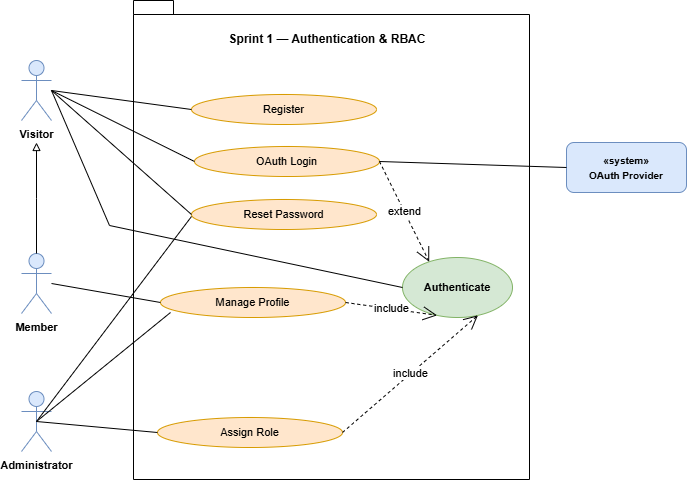
AsmaDaoussi/report keeps this draw.io diagram as images/diagrams/uc_s1.png. Above is the earlier version. Source tidied: cells renumbered, new cells last; positions are measured from the earlier drawing's top-left corner, leaving out a move shared by most shapes. Source of this version:
```xml
<mxGraphModel>
  <root>
    <mxCell id="0" />
    <mxCell id="1" parent="0" />
    <mxCell id="2" style="shape=folder;fontStyle=1;spacingTop=10;tabWidth=40;tabHeight=14;tabPosition=left;html=1;whiteSpace=wrap;" parent="1" vertex="1">
      <mxGeometry x="112" width="396" height="479" as="geometry" />
    </mxCell>
    <mxCell id="3" value="&lt;b&gt;Sprint 1 — Authentication &amp;amp; RBAC&lt;/b&gt;" style="text;html=1;whiteSpace=wrap;strokeColor=none;fillColor=none;align=center;verticalAlign=middle;rounded=0;" parent="1" vertex="1">
      <mxGeometry x="176" y="24" width="260" height="30" as="geometry" />
    </mxCell>
    <mxCell id="4" value="&lt;span style=&quot;font-size: 11px;&quot;&gt;Register&lt;/span&gt;" style="ellipse;whiteSpace=wrap;html=1;fillColor=#ffe6cc;strokeColor=#d79b00;labelPosition=center;verticalLabelPosition=middle;align=center;verticalAlign=middle;" parent="1" vertex="1">
      <mxGeometry x="170" y="94" width="185" height="30" as="geometry" />
    </mxCell>
    <mxCell id="5" value="&lt;span style=&quot;font-size: 11px;&quot;&gt;OAuth Login&lt;/span&gt;" style="ellipse;whiteSpace=wrap;html=1;fillColor=#ffe6cc;strokeColor=#d79b00;labelPosition=center;verticalLabelPosition=middle;align=center;verticalAlign=middle;" parent="1" vertex="1">
      <mxGeometry x="173" y="146" width="185" height="30" as="geometry" />
    </mxCell>
    <mxCell id="6" value="&lt;span style=&quot;font-size: 11px;&quot;&gt;Reset Password&lt;/span&gt;" style="ellipse;whiteSpace=wrap;html=1;fillColor=#ffe6cc;strokeColor=#d79b00;labelPosition=center;verticalLabelPosition=middle;align=center;verticalAlign=middle;" parent="1" vertex="1">
      <mxGeometry x="170" y="199" width="185" height="30" as="geometry" />
    </mxCell>
    <mxCell id="7" value="&lt;span style=&quot;font-size: 11px;&quot;&gt;Manage Profile&lt;/span&gt;" style="ellipse;whiteSpace=wrap;html=1;fillColor=#ffe6cc;strokeColor=#d79b00;labelPosition=center;verticalLabelPosition=middle;align=center;verticalAlign=middle;" parent="1" vertex="1">
      <mxGeometry x="139" y="287" width="185" height="30" as="geometry" />
    </mxCell>
    <mxCell id="8" value="&lt;span style=&quot;font-size: 11px;&quot;&gt;Assign Role&lt;/span&gt;" style="ellipse;whiteSpace=wrap;html=1;fillColor=#ffe6cc;strokeColor=#d79b00;labelPosition=center;verticalLabelPosition=middle;align=center;verticalAlign=middle;" parent="1" vertex="1">
      <mxGeometry x="136" y="417" width="185" height="30" as="geometry" />
    </mxCell>
    <mxCell id="9" value="&lt;span style=&quot;font-size: 11px; font-weight: 700;&quot;&gt;Authenticate&lt;/span&gt;" style="ellipse;whiteSpace=wrap;html=1;fillColor=#d5e8d4;strokeColor=#82b366;" parent="1" vertex="1">
      <mxGeometry x="381" y="257" width="110" height="60" as="geometry" />
    </mxCell>
    <mxCell id="10" value="&lt;span style=&quot;font-size: 11px; font-weight: 700;&quot;&gt;Visitor&lt;/span&gt;" style="shape=umlActor;verticalLabelPosition=bottom;verticalAlign=top;html=1;fillColor=#dae8fc;strokeColor=#6c8ebf;" parent="1" vertex="1">
      <mxGeometry y="60" width="30" height="60" as="geometry" />
    </mxCell>
    <mxCell id="11" value="&lt;span style=&quot;font-size: 11px; font-weight: 700;&quot;&gt;Member&lt;/span&gt;" style="shape=umlActor;verticalLabelPosition=bottom;verticalAlign=top;html=1;fillColor=#dae8fc;strokeColor=#6c8ebf;" parent="1" vertex="1">
      <mxGeometry y="253" width="30" height="60" as="geometry" />
    </mxCell>
    <mxCell id="12" value="&lt;span style=&quot;font-size: 11px; font-weight: 700;&quot;&gt;Administrator&lt;/span&gt;" style="shape=umlActor;verticalLabelPosition=bottom;verticalAlign=top;html=1;fillColor=#dae8fc;strokeColor=#6c8ebf;" parent="1" vertex="1">
      <mxGeometry y="391" width="30" height="60" as="geometry" />
    </mxCell>
    <mxCell id="13" value="&lt;span style=&quot;font-size: 10px; font-weight: 700;&quot;&gt;«system»&lt;br&gt;OAuth Provider&lt;/span&gt;" style="rounded=1;whiteSpace=wrap;html=1;fillColor=#dae8fc;strokeColor=#6c8ebf;" parent="1" vertex="1">
      <mxGeometry x="545" y="142" width="120" height="50" as="geometry" />
    </mxCell>
    <mxCell id="14" style="edgeStyle=orthogonalEdgeStyle;rounded=0;html=1;startArrow=none;endArrow=block;endFill=0;exitX=0.5;exitY=0;" parent="1" edge="1" source="11">
      <mxGeometry relative="1" as="geometry">
        <mxPoint x="15" y="142" as="targetPoint" />
      </mxGeometry>
    </mxCell>
    <mxCell id="15" style="endArrow=none;html=1;rounded=0;exitX=1;exitY=0.5;entryX=0;entryY=0.5;" parent="1" edge="1" source="10" target="4">
      <mxGeometry relative="1" as="geometry" />
    </mxCell>
    <mxCell id="16" style="endArrow=none;html=1;rounded=0;exitX=1;exitY=0.5;entryX=0;entryY=0.5;" parent="1" edge="1" source="10" target="5">
      <mxGeometry relative="1" as="geometry" />
    </mxCell>
    <mxCell id="17" style="endArrow=none;html=1;rounded=0;exitX=1;exitY=0.5;entryX=0;entryY=0.5;" parent="1" edge="1" source="10" target="6">
      <mxGeometry relative="1" as="geometry" />
    </mxCell>
    <mxCell id="18" style="endArrow=none;html=1;rounded=0;exitX=1;exitY=0.5;entryX=0;entryY=0.5;" parent="1" edge="1" source="10" target="9">
      <mxGeometry relative="1" as="geometry">
        <Array as="points">
          <mxPoint x="88" y="225" />
        </Array>
      </mxGeometry>
    </mxCell>
    <mxCell id="19" style="endArrow=none;html=1;rounded=0;exitX=1;exitY=0.5;entryX=0;entryY=0.5;" parent="1" edge="1" source="11" target="7">
      <mxGeometry relative="1" as="geometry" />
    </mxCell>
    <mxCell id="20" style="endArrow=none;html=1;rounded=0;entryX=0;entryY=0.5;exitX=0.5;exitY=0.5;exitDx=0;exitDy=0;exitPerimeter=0;" parent="1" edge="1" source="12" target="8">
      <mxGeometry relative="1" as="geometry" />
    </mxCell>
    <mxCell id="21" style="endArrow=none;html=1;rounded=0;exitX=1;exitY=0.5;entryX=0;entryY=0.5;" parent="1" edge="1" source="5" target="13">
      <mxGeometry relative="1" as="geometry" />
    </mxCell>
    <mxCell id="22" value="extend" style="endArrow=open;endSize=12;dashed=1;html=1;rounded=0;exitX=1;exitY=0.5;entryX=0.2;entryY=0;" parent="1" edge="1" source="5" target="9">
      <mxGeometry relative="1" as="geometry" />
    </mxCell>
    <mxCell id="23" value="include" style="endArrow=open;endSize=12;dashed=1;html=1;rounded=0;exitX=1;exitY=0.5;entryX=0.3;entryY=1;" parent="1" edge="1" source="7" target="9">
      <mxGeometry relative="1" as="geometry" />
    </mxCell>
    <mxCell id="24" value="include" style="endArrow=open;endSize=12;dashed=1;html=1;rounded=0;exitX=1;exitY=0.5;entryX=0.7;entryY=1;" parent="1" edge="1" source="8" target="9">
      <mxGeometry relative="1" as="geometry" />
    </mxCell>
    <mxCell id="25" style="endArrow=none;html=1;rounded=0;entryX=0;entryY=0.5;exitX=0.5;exitY=0.5;exitDx=0;exitDy=0;exitPerimeter=0;" parent="1" edge="1" source="12">
      <mxGeometry relative="1" as="geometry">
        <mxPoint x="149" y="312" as="targetPoint" />
      </mxGeometry>
    </mxCell>
    <mxCell id="26" style="endArrow=none;html=1;rounded=0;exitX=0.5;exitY=0.5;exitDx=0;exitDy=0;exitPerimeter=0;" parent="1" edge="1" source="12">
      <mxGeometry relative="1" as="geometry">
        <mxPoint x="170" y="216" as="targetPoint" />
      </mxGeometry>
    </mxCell>
  </root>
</mxGraphModel>
```
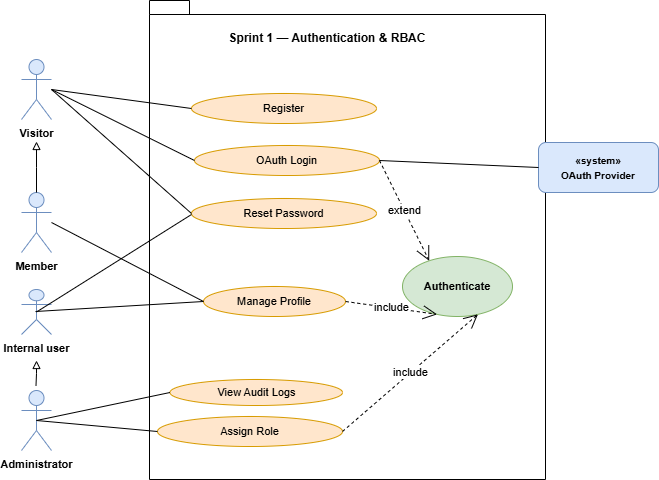
Later version of the same file.

Diff of the diagram source:
```diff
@@ -3,7 +3,7 @@
     <mxCell id="0" />
     <mxCell id="1" parent="0" />
     <mxCell id="2" style="shape=folder;fontStyle=1;spacingTop=10;tabWidth=40;tabHeight=14;tabPosition=left;html=1;whiteSpace=wrap;" parent="1" vertex="1">
-      <mxGeometry x="112" width="396" height="479" as="geometry" />
+      <mxGeometry x="128" y="1" width="396" height="479" as="geometry" />
     </mxCell>
     <mxCell id="3" value="&lt;b&gt;Sprint 1 — Authentication &amp;amp; RBAC&lt;/b&gt;" style="text;html=1;whiteSpace=wrap;strokeColor=none;fillColor=none;align=center;verticalAlign=middle;rounded=0;" parent="1" vertex="1">
       <mxGeometry x="176" y="24" width="260" height="30" as="geometry" />
@@ -18,7 +18,7 @@
       <mxGeometry x="170" y="199" width="185" height="30" as="geometry" />
     </mxCell>
     <mxCell id="7" value="&lt;span style=&quot;font-size: 11px;&quot;&gt;Manage Profile&lt;/span&gt;" style="ellipse;whiteSpace=wrap;html=1;fillColor=#ffe6cc;strokeColor=#d79b00;labelPosition=center;verticalLabelPosition=middle;align=center;verticalAlign=middle;" parent="1" vertex="1">
-      <mxGeometry x="139" y="287" width="185" height="30" as="geometry" />
+      <mxGeometry x="182" y="287" width="142" height="30" as="geometry" />
     </mxCell>
     <mxCell id="8" value="&lt;span style=&quot;font-size: 11px;&quot;&gt;Assign Role&lt;/span&gt;" style="ellipse;whiteSpace=wrap;html=1;fillColor=#ffe6cc;strokeColor=#d79b00;labelPosition=center;verticalLabelPosition=middle;align=center;verticalAlign=middle;" parent="1" vertex="1">
       <mxGeometry x="136" y="417" width="185" height="30" as="geometry" />
@@ -30,13 +30,13 @@
       <mxGeometry y="60" width="30" height="60" as="geometry" />
     </mxCell>
     <mxCell id="11" value="&lt;span style=&quot;font-size: 11px; font-weight: 700;&quot;&gt;Member&lt;/span&gt;" style="shape=umlActor;verticalLabelPosition=bottom;verticalAlign=top;html=1;fillColor=#dae8fc;strokeColor=#6c8ebf;" parent="1" vertex="1">
-      <mxGeometry y="253" width="30" height="60" as="geometry" />
+      <mxGeometry y="193" width="30" height="60" as="geometry" />
     </mxCell>
     <mxCell id="12" value="&lt;span style=&quot;font-size: 11px; font-weight: 700;&quot;&gt;Administrator&lt;/span&gt;" style="shape=umlActor;verticalLabelPosition=bottom;verticalAlign=top;html=1;fillColor=#dae8fc;strokeColor=#6c8ebf;" parent="1" vertex="1">
       <mxGeometry y="391" width="30" height="60" as="geometry" />
     </mxCell>
     <mxCell id="13" value="&lt;span style=&quot;font-size: 10px; font-weight: 700;&quot;&gt;«system»&lt;br&gt;OAuth Provider&lt;/span&gt;" style="rounded=1;whiteSpace=wrap;html=1;fillColor=#dae8fc;strokeColor=#6c8ebf;" parent="1" vertex="1">
-      <mxGeometry x="545" y="142" width="120" height="50" as="geometry" />
+      <mxGeometry x="517" y="143" width="120" height="50" as="geometry" />
     </mxCell>
     <mxCell id="14" style="edgeStyle=orthogonalEdgeStyle;rounded=0;html=1;startArrow=none;endArrow=block;endFill=0;exitX=0.5;exitY=0;" parent="1" edge="1" source="11">
       <mxGeometry relative="1" as="geometry">
@@ -52,13 +52,6 @@
     <mxCell id="17" style="endArrow=none;html=1;rounded=0;exitX=1;exitY=0.5;entryX=0;entryY=0.5;" parent="1" edge="1" source="10" target="6">
       <mxGeometry relative="1" as="geometry" />
     </mxCell>
-    <mxCell id="18" style="endArrow=none;html=1;rounded=0;exitX=1;exitY=0.5;entryX=0;entryY=0.5;" parent="1" edge="1" source="10" target="9">
-      <mxGeometry relative="1" as="geometry">
-        <Array as="points">
-          <mxPoint x="88" y="225" />
-        </Array>
-      </mxGeometry>
-    </mxCell>
     <mxCell id="19" style="endArrow=none;html=1;rounded=0;exitX=1;exitY=0.5;entryX=0;entryY=0.5;" parent="1" edge="1" source="11" target="7">
       <mxGeometry relative="1" as="geometry" />
     </mxCell>
@@ -77,15 +70,32 @@
     <mxCell id="24" value="include" style="endArrow=open;endSize=12;dashed=1;html=1;rounded=0;exitX=1;exitY=0.5;entryX=0.7;entryY=1;" parent="1" edge="1" source="8" target="9">
       <mxGeometry relative="1" as="geometry" />
     </mxCell>
-    <mxCell id="25" style="endArrow=none;html=1;rounded=0;entryX=0;entryY=0.5;exitX=0.5;exitY=0.5;exitDx=0;exitDy=0;exitPerimeter=0;" parent="1" edge="1" source="12">
-      <mxGeometry relative="1" as="geometry">
-        <mxPoint x="149" y="312" as="targetPoint" />
-      </mxGeometry>
-    </mxCell>
-    <mxCell id="26" style="endArrow=none;html=1;rounded=0;exitX=0.5;exitY=0.5;exitDx=0;exitDy=0;exitPerimeter=0;" parent="1" edge="1" source="12">
-      <mxGeometry relative="1" as="geometry">
-        <mxPoint x="170" y="216" as="targetPoint" />
-      </mxGeometry>
-    </mxCell>
+    <mxCell id="27" value="&lt;span style=&quot;font-size: 11px; font-weight: 700;&quot;&gt;Internal user&lt;/span&gt;" style="shape=umlActor;verticalLabelPosition=bottom;verticalAlign=top;html=1;fillColor=#dae8fc;strokeColor=#6c8ebf;" parent="1" vertex="1">
+      <mxGeometry y="290" width="30" height="45" as="geometry" />
+    </mxCell>
+    <mxCell id="28" value="View Audit Logs" style="ellipse;whiteSpace=wrap;html=1;fillColor=#ffe6cc;strokeColor=#d79b00;fontSize=11;" parent="1" vertex="1">
+      <mxGeometry x="148.5" y="380" width="172.5" height="26" as="geometry" />
+    </mxCell>
+    <mxCell id="29" style="endArrow=none;html=1;rounded=0;entryX=0;entryY=0.5;exitX=0.5;exitY=0.5;exitDx=0;exitDy=0;exitPerimeter=0;" parent="1" edge="1" source="12">
+      <mxGeometry relative="1" as="geometry">
+        <mxPoint x="148.5" y="393" as="targetPoint" />
+      </mxGeometry>
+    </mxCell>
+    <mxCell id="30" style="edgeStyle=orthogonalEdgeStyle;rounded=0;html=1;startArrow=none;endArrow=block;endFill=0;exitX=0.5;exitY=0;" parent="1" edge="1">
+      <mxGeometry relative="1" as="geometry">
+        <mxPoint x="14.5" y="386" as="sourcePoint" />
+        <mxPoint x="15" y="361" as="targetPoint" />
+      </mxGeometry>
+    </mxCell>
+    <mxCell id="31" style="endArrow=none;html=1;rounded=0;exitX=1;exitY=0.5;entryX=0;entryY=0.5;entryDx=0;entryDy=0;" parent="1" edge="1" target="7">
+      <mxGeometry relative="1" as="geometry">
+        <mxPoint x="14" y="312" as="sourcePoint" />
+      </mxGeometry>
+    </mxCell>
+    <mxCell id="32" style="endArrow=none;html=1;rounded=0;exitX=0.5;exitY=0.5;entryX=0;entryY=0.5;entryDx=0;entryDy=0;exitDx=0;exitDy=0;exitPerimeter=0;" parent="1" edge="1" source="27">
+      <mxGeometry relative="1" as="geometry">
+        <mxPoint x="170" y="215" as="targetPoint" />
+      </mxGeometry>
+    </mxCell>
   </root>
 </mxGraphModel>
```
